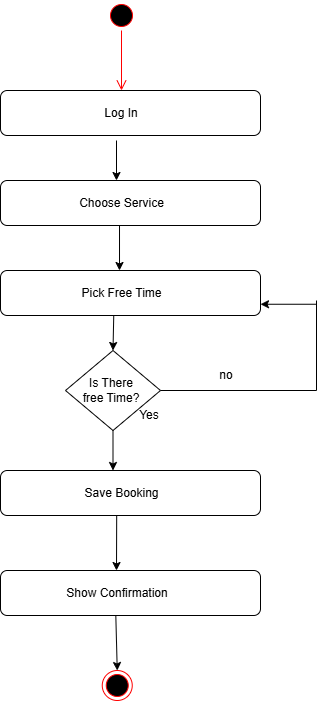
Earlier version of the draw.io export project/diagrams/activity.png (erinbaftijarii05-cell/requirements-engineering-project). Source tidied: cells renumbered, new cells last; positions are measured from the earlier drawing's top-left corner, leaving out a move shared by most shapes.
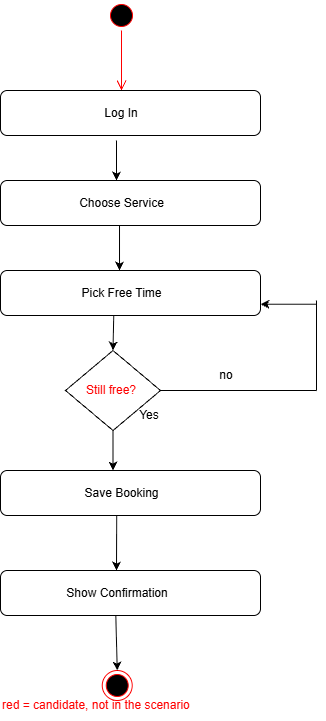
Later version of the same file.

Commit message:
marked candidate parts red on my diagrams

anything not in the scenario has to be marked candidate on the diagrams so i made them red and put a key on and fixed a few typos too and made the class names singular

What changed in the source:
```diff
@@ -48,7 +48,7 @@
     <mxCell id="14" style="rhombus;whiteSpace=wrap;html=1;shapeInside=1;" parent="1" vertex="1">
       <mxGeometry x="65" y="350" width="95" height="80" as="geometry" />
     </mxCell>
-    <mxCell id="15" value="Is There free Time?" style="text;html=1;whiteSpace=wrap;strokeColor=none;fillColor=none;align=center;verticalAlign=middle;rounded=0;" parent="1" vertex="1">
+    <mxCell id="15" value="Still free?" style="text;html=1;whiteSpace=wrap;strokeColor=none;fillColor=none;align=center;verticalAlign=middle;rounded=0;fontColor=#FF0000;" parent="1" vertex="1">
       <mxGeometry x="81" y="375" width="60" height="30" as="geometry" />
     </mxCell>
     <mxCell id="16" style="endArrow=none;html=1;rounded=0;defaultLabelBackgroundColor=gap;exitX=1;exitY=0.5;exitDx=0;exitDy=0;" parent="1" edge="1" source="14">
@@ -98,5 +98,8 @@
     <mxCell id="27" style="endArrow=classic;html=1;rounded=0;defaultLabelBackgroundColor=gap;exitX=0.446;exitY=0.978;exitDx=0;exitDy=0;entryX=0.5;entryY=0;entryDx=0;entryDy=0;" parent="1" edge="1" source="25" target="4">
       <mxGeometry relative="1" as="geometry" />
     </mxCell>
+    <mxCell id="28" value="red = candidate, not in the scenario" style="text;html=1;strokeColor=none;fillColor=none;align=left;verticalAlign=middle;fontColor=#FF0000;" parent="1" vertex="1">
+      <mxGeometry y="690" width="260" height="30" as="geometry" />
+    </mxCell>
   </root>
 </mxGraphModel>
```
